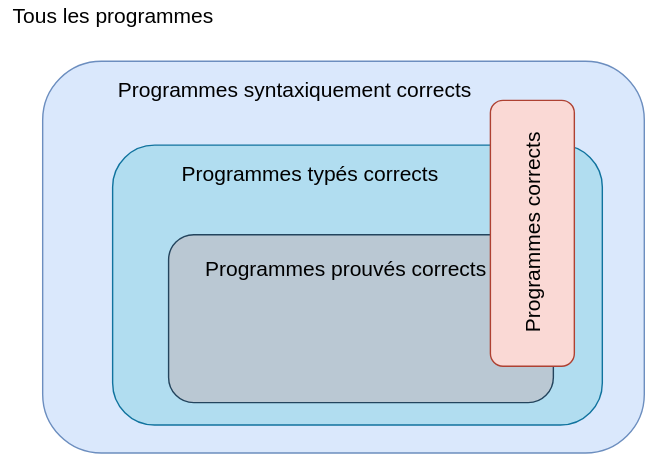
Above: prog/prog/images/verification.svg in diu-uf-bordeaux/bloc1 (draw.io), before the change. Source tidied: cells renumbered, new cells last; positions are measured from the earlier drawing's top-left corner, leaving out a move shared by most shapes.
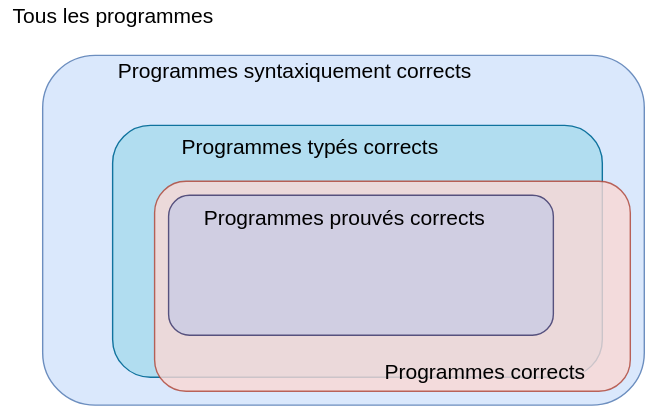
Above is the later version.

The edit, as a diff of the source:
```diff
@@ -3,28 +3,31 @@
     <mxCell id="0" />
     <mxCell id="1" parent="0" />
     <mxCell id="2" style="rounded=1;whiteSpace=wrap;html=1;fillColor=#dae8fc;strokeColor=#6c8ebf;" parent="1" vertex="1">
-      <mxGeometry x="30" y="43" width="430" height="280" as="geometry" />
+      <mxGeometry x="30" y="73" width="430" height="250" as="geometry" />
     </mxCell>
     <mxCell id="3" style="rounded=1;whiteSpace=wrap;html=1;glass=0;comic=0;fillColor=#b1ddf0;strokeColor=#10739e;" parent="1" vertex="1">
-      <mxGeometry x="80" y="103" width="350" height="200" as="geometry" />
+      <mxGeometry x="80" y="123" width="350" height="180" as="geometry" />
     </mxCell>
     <mxCell id="4" value="Programmes typés corrects" style="text;html=1;strokeColor=none;fillColor=none;align=center;verticalAlign=middle;whiteSpace=wrap;rounded=0;fontSize=15;fontFamily=sans-serif;" parent="1" vertex="1">
-      <mxGeometry x="122" y="113" width="198" height="20" as="geometry" />
+      <mxGeometry x="122" y="128" width="198" height="20" as="geometry" />
     </mxCell>
     <mxCell id="5" value="Programmes syntaxiquement corrects" style="text;html=1;strokeColor=none;fillColor=none;align=center;verticalAlign=middle;whiteSpace=wrap;rounded=0;fontSize=15;fontFamily=sans-serif;" parent="1" vertex="1">
-      <mxGeometry x="80" y="53" width="260" height="20" as="geometry" />
+      <mxGeometry x="80" y="74" width="260" height="20" as="geometry" />
     </mxCell>
     <mxCell id="6" value="Tous les programmes&lt;br style=&quot;font-size: 15px;&quot;&gt;" style="text;html=1;strokeColor=none;fillColor=none;align=center;verticalAlign=middle;whiteSpace=wrap;rounded=0;fontFamily=sans-serif;fontSize=15;" parent="1" vertex="1">
-      <mxGeometry width="160" height="20" as="geometry" />
+      <mxGeometry y="34" width="160" height="20" as="geometry" />
     </mxCell>
+    <mxCell id="10" style="rounded=1;whiteSpace=wrap;html=1;glass=0;comic=0;fontFamily=sans-serif;fontSize=15;fillColor=#fad9d5;strokeColor=#ae4132;opacity=80;" parent="1" vertex="1">
+      <mxGeometry x="110" y="163" width="340" height="150" as="geometry" />
+    </mxCell>
-    <mxCell id="7" style="rounded=1;whiteSpace=wrap;html=1;glass=0;comic=0;fillColor=#bac8d3;strokeColor=#23445d;" parent="1" vertex="1">
-      <mxGeometry x="120" y="167" width="275" height="120" as="geometry" />
+    <mxCell id="7" style="rounded=1;whiteSpace=wrap;html=1;glass=0;comic=0;fillColor=#d0cee2;strokeColor=#56517e;" parent="1" vertex="1">
+      <mxGeometry x="120" y="173" width="275" height="100" as="geometry" />
     </mxCell>
     <mxCell id="8" value="Programmes prouvés corrects" style="text;html=1;strokeColor=none;fillColor=none;align=center;verticalAlign=middle;whiteSpace=wrap;rounded=0;glass=0;comic=0;fontSize=15;fontFamily=sans-serif;" parent="1" vertex="1">
-      <mxGeometry x="143" y="181" width="207" height="20" as="geometry" />
+      <mxGeometry x="141.5" y="179" width="207" height="20" as="geometry" />
     </mxCell>
-    <mxCell id="9" value="Programmes corrects" style="rounded=1;whiteSpace=wrap;html=1;rotation=-90;fontFamily=sans-serif;fontSize=15;fillColor=#fad9d5;strokeColor=#ae4132;" parent="1" vertex="1">
-      <mxGeometry x="285" y="136" width="190" height="60" as="geometry" />
+    <mxCell id="9" value="Programmes corrects" style="text;html=1;strokeColor=none;fillColor=none;align=center;verticalAlign=middle;whiteSpace=wrap;rounded=0;glass=0;comic=0;fontSize=15;fontFamily=sans-serif;" parent="1" vertex="1">
+      <mxGeometry x="242" y="289" width="207" height="20" as="geometry" />
     </mxCell>
   </root>
 </mxGraphModel>
```
